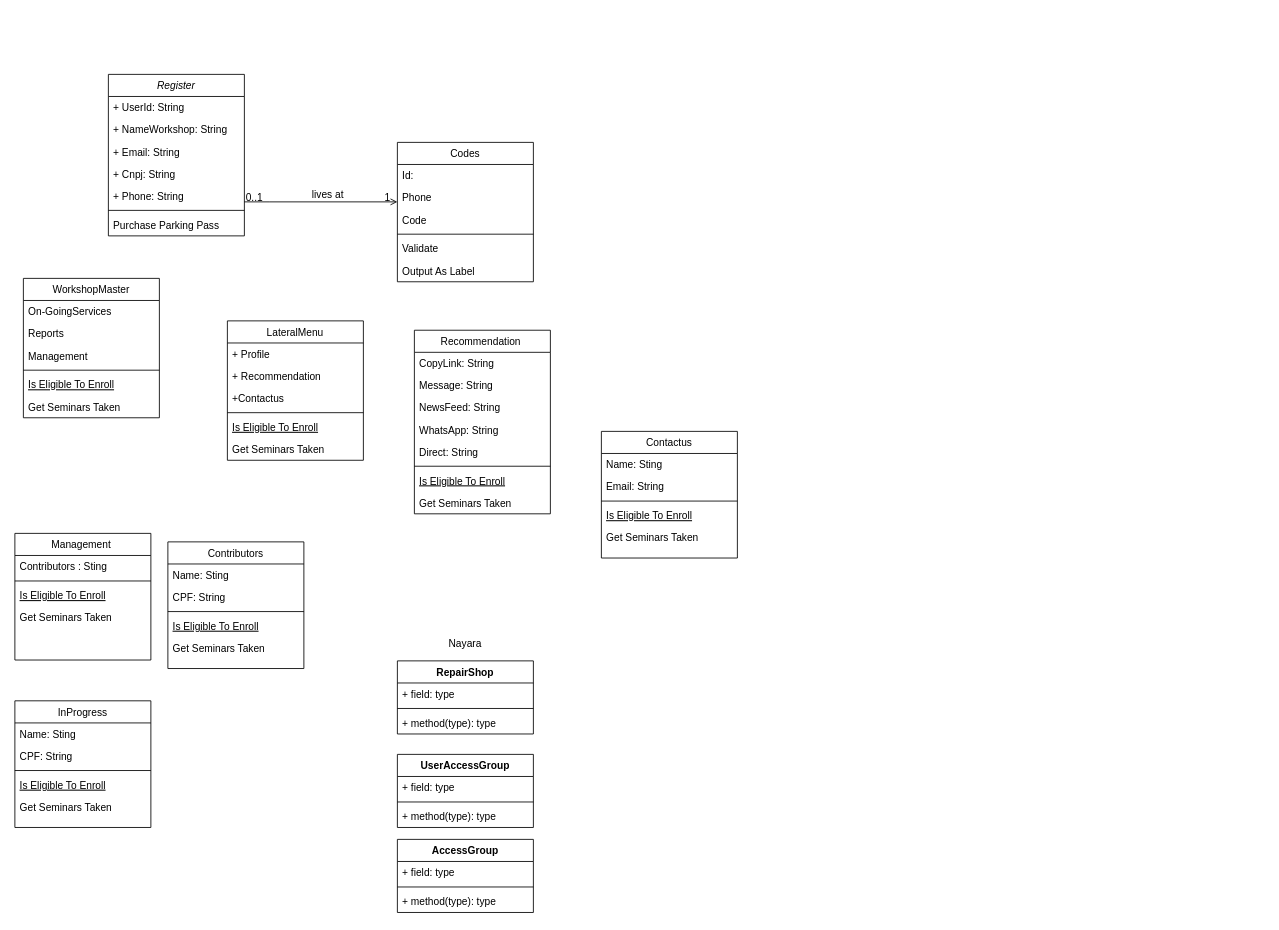
This is 1. Introducao a Programacao/1.1. Dvividindo X por Y/Untitled Diagram.drawio from NayaraPero/Desafios-Boptcamp-Javascript, a draw.io file, before an edit. Source tidied: cells renumbered, new cells numbered last; positions are measured from the earlier drawing's top-left corner, leaving out a move shared by most shapes. Both pictures are drawn from the tidied source at 85%, with x=0, y=0 at pixel (14, 74).
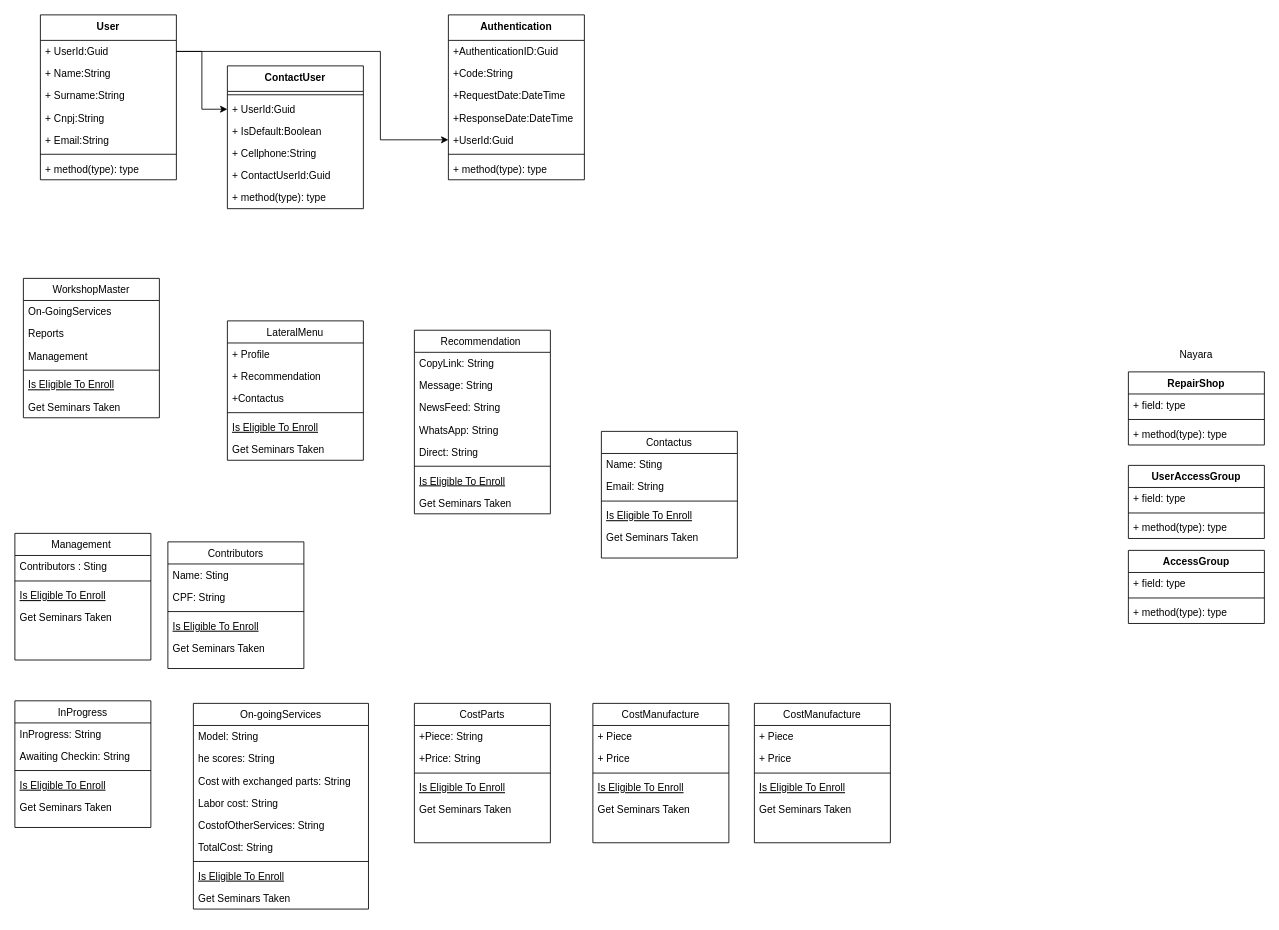
Above is the later version.

The change refers to these unchanged cells:
```xml
<mxCell id="74" value="InProgress" style="swimlane;fontStyle=0;align=center;verticalAlign=top;horizontal=1;startSize=26;rounded=0;shadow=0;strokeWidth=1;" parent="1" vertex="1">
  <mxGeometry y="737" width="160" height="149" as="geometry" />
</mxCell>
```

The edit, as a diff of the source:
```diff
@@
-    <mxCell id="2" value="Register" style="swimlane;fontStyle=2;align=center;verticalAlign=top;horizontal=1;startSize=26;rounded=0;shadow=0;strokeWidth=1;" parent="1" vertex="1">
-      <mxGeometry x="110" width="160" height="190" as="geometry" />
-    </mxCell>
-    <mxCell id="3" value="+ UserId: String" style="text;align=left;verticalAlign=top;spacingLeft=4;spacingRight=4;overflow=hidden;" parent="2" vertex="1">
-      <mxGeometry y="26" width="160" height="26" as="geometry" />
-    </mxCell>
-    <mxCell id="4" value="+ NameWorkshop: String " style="text;align=left;verticalAlign=top;spacingLeft=4;spacingRight=4;overflow=hidden;rounded=0;shadow=0;html=0;" parent="2" vertex="1">
-      <mxGeometry y="52" width="160" height="26" as="geometry" />
-    </mxCell>
-    <mxCell id="5" value="+ Email: String" style="text;align=left;verticalAlign=top;spacingLeft=4;spacingRight=4;overflow=hidden;rounded=0;shadow=0;html=0;" parent="2" vertex="1">
-      <mxGeometry y="78" width="160" height="26" as="geometry" />
-    </mxCell>
-    <mxCell id="6" value="+ Cnpj: String" style="text;align=left;verticalAlign=top;spacingLeft=4;spacingRight=4;overflow=hidden;rounded=0;shadow=0;html=0;" parent="2" vertex="1">
-      <mxGeometry y="104" width="160" height="26" as="geometry" />
-    </mxCell>
-    <mxCell id="7" value="+ Phone: String" style="text;align=left;verticalAlign=top;spacingLeft=4;spacingRight=4;overflow=hidden;rounded=0;shadow=0;html=0;" parent="2" vertex="1">
-      <mxGeometry y="130" width="160" height="26" as="geometry" />
-    </mxCell>
-    <mxCell id="8" style="line;html=1;strokeWidth=1;align=left;verticalAlign=middle;spacingTop=-1;spacingLeft=3;spacingRight=3;labelPosition=right;" parent="2" vertex="1">
-      <mxGeometry y="156" width="160" height="8" as="geometry" />
-    </mxCell>
-    <mxCell id="9" value="Purchase Parking Pass" style="text;align=left;verticalAlign=top;spacingLeft=4;spacingRight=4;overflow=hidden;" parent="2" vertex="1">
-      <mxGeometry y="164" width="160" height="26" as="geometry" />
-    </mxCell>
@@
-    <mxCell id="17" value="Codes" style="swimlane;fontStyle=0;align=center;verticalAlign=top;horizontal=1;startSize=26;rounded=0;shadow=0;strokeWidth=1;" parent="1" vertex="1">
-      <mxGeometry x="450" y="80" width="160" height="164" as="geometry" />
-    </mxCell>
-    <mxCell id="18" value="Id:" style="text;align=left;verticalAlign=top;spacingLeft=4;spacingRight=4;overflow=hidden;" parent="17" vertex="1">
-      <mxGeometry y="26" width="160" height="26" as="geometry" />
-    </mxCell>
-    <mxCell id="19" value="Phone" style="text;align=left;verticalAlign=top;spacingLeft=4;spacingRight=4;overflow=hidden;rounded=0;shadow=0;html=0;" parent="17" vertex="1">
-      <mxGeometry y="52" width="160" height="26" as="geometry" />
-    </mxCell>
-    <mxCell id="20" value="Code" style="text;align=left;verticalAlign=top;spacingLeft=4;spacingRight=4;overflow=hidden;rounded=0;shadow=0;html=0;" parent="17" vertex="1">
-      <mxGeometry y="78" width="160" height="26" as="geometry" />
-    </mxCell>
-    <mxCell id="21" style="line;html=1;strokeWidth=1;align=left;verticalAlign=middle;spacingTop=-1;spacingLeft=3;spacingRight=3;labelPosition=right;" parent="17" vertex="1">
-      <mxGeometry y="104" width="160" height="8" as="geometry" />
-    </mxCell>
-    <mxCell id="22" value="Validate" style="text;align=left;verticalAlign=top;spacingLeft=4;spacingRight=4;overflow=hidden;" parent="17" vertex="1">
-      <mxGeometry y="112" width="160" height="26" as="geometry" />
-    </mxCell>
-    <mxCell id="23" value="Output As Label" style="text;align=left;verticalAlign=top;spacingLeft=4;spacingRight=4;overflow=hidden;" parent="17" vertex="1">
-      <mxGeometry y="138" width="160" height="26" as="geometry" />
-    </mxCell>
-    <mxCell id="24" style="endArrow=open;shadow=0;strokeWidth=1;rounded=0;endFill=1;edgeStyle=elbowEdgeStyle;elbow=vertical;" parent="1" edge="1" source="2" target="17">
-      <mxGeometry x="0.5" y="41" relative="1" as="geometry">
-        <Array as="points">
-          <mxPoint x="300" y="150" />
-        </Array>
-        <mxPoint x="-40" y="32" as="offset" />
-      </mxGeometry>
-    </mxCell>
-    <mxCell id="25" value="0..1" style="align=left;verticalAlign=bottom;labelBackgroundColor=none;fontSize=12;" parent="24" vertex="1">
-      <mxGeometry x="-1" relative="1" as="geometry">
-        <mxPoint y="4" as="offset" />
-      </mxGeometry>
-    </mxCell>
-    <mxCell id="26" value="1" style="align=right;verticalAlign=bottom;labelBackgroundColor=none;fontSize=12;" parent="24" vertex="1">
-      <mxGeometry x="1" relative="1" as="geometry">
-        <mxPoint x="-7" y="4" as="offset" />
-      </mxGeometry>
-    </mxCell>
-    <mxCell id="27" value="lives at" style="text;html=1;align=center;verticalAlign=middle;labelBackgroundColor=none;rounded=0;shadow=0;strokeWidth=1;fontSize=12;" parent="24" vertex="1">
-      <mxGeometry x="0.5" y="49" relative="1" as="geometry">
-        <mxPoint x="-38" y="40" as="offset" />
-      </mxGeometry>
-    </mxCell>
@@
     <mxCell id="55" value="RepairShop" style="swimlane;fontStyle=1;align=center;verticalAlign=top;horizontal=1;startSize=26;" parent="1" vertex="1">
-      <mxGeometry x="450" y="690" width="160" height="86" as="geometry" />
+      <mxGeometry x="1310" y="350" width="160" height="86" as="geometry" />
     </mxCell>
@@
     <mxCell id="59" value="AccessGroup" style="swimlane;fontStyle=1;align=center;verticalAlign=top;horizontal=1;startSize=26;" parent="1" vertex="1">
-      <mxGeometry x="450" y="900" width="160" height="86" as="geometry" />
+      <mxGeometry x="1310" y="560" width="160" height="86" as="geometry" />
     </mxCell>
@@
     <mxCell id="63" value="UserAccessGroup" style="swimlane;fontStyle=1;align=center;verticalAlign=top;horizontal=1;startSize=26;" parent="1" vertex="1">
-      <mxGeometry x="450" y="800" width="160" height="86" as="geometry" />
+      <mxGeometry x="1310" y="460" width="160" height="86" as="geometry" />
     </mxCell>
@@
     <mxCell id="67" value="Nayara" style="text;html=1;strokeColor=none;fillColor=none;align=center;verticalAlign=middle;whiteSpace=wrap;rounded=0;" parent="1" vertex="1">
-      <mxGeometry x="460" y="660" width="140" height="20" as="geometry" />
+      <mxGeometry x="1320" y="320" width="140" height="20" as="geometry" />
     </mxCell>
@@
-    <mxCell id="75" value="Name: Sting " style="text;align=left;verticalAlign=top;spacingLeft=4;spacingRight=4;overflow=hidden;rounded=0;shadow=0;html=0;" parent="74" vertex="1">
+    <mxCell id="75" value="InProgress: String " style="text;align=left;verticalAlign=top;spacingLeft=4;spacingRight=4;overflow=hidden;rounded=0;shadow=0;html=0;" parent="74" vertex="1">
       <mxGeometry y="26" width="160" height="26" as="geometry" />
     </mxCell>
-    <mxCell id="76" value="CPF: String" style="text;align=left;verticalAlign=top;spacingLeft=4;spacingRight=4;overflow=hidden;rounded=0;shadow=0;html=0;" parent="74" vertex="1">
+    <mxCell id="76" value="Awaiting Checkin: String " style="text;align=left;verticalAlign=top;spacingLeft=4;spacingRight=4;overflow=hidden;rounded=0;shadow=0;html=0;" parent="74" vertex="1">
       <mxGeometry y="52" width="160" height="26" as="geometry" />
     </mxCell>
@@
+    <mxCell id="80" value="On-goingServices" style="swimlane;fontStyle=0;align=center;verticalAlign=top;horizontal=1;startSize=26;rounded=0;shadow=0;strokeWidth=1;" parent="1" vertex="1">
+      <mxGeometry x="210" y="740" width="206" height="242" as="geometry" />
+    </mxCell>
+    <mxCell id="81" value="Model: String " style="text;align=left;verticalAlign=top;spacingLeft=4;spacingRight=4;overflow=hidden;rounded=0;shadow=0;html=0;" parent="80" vertex="1">
+      <mxGeometry y="26" width="206" height="26" as="geometry" />
+    </mxCell>
+    <mxCell id="82" value="he scores: String " style="text;align=left;verticalAlign=top;spacingLeft=4;spacingRight=4;overflow=hidden;rounded=0;shadow=0;html=0;" parent="80" vertex="1">
+      <mxGeometry y="52" width="206" height="26" as="geometry" />
+    </mxCell>
+    <mxCell id="83" value="Cost with exchanged parts: String " style="text;align=left;verticalAlign=top;spacingLeft=4;spacingRight=4;overflow=hidden;rounded=0;shadow=0;html=0;" parent="80" vertex="1">
+      <mxGeometry y="78" width="206" height="26" as="geometry" />
+    </mxCell>
+    <mxCell id="84" value="Labor cost: String " style="text;align=left;verticalAlign=top;spacingLeft=4;spacingRight=4;overflow=hidden;rounded=0;shadow=0;html=0;" parent="80" vertex="1">
+      <mxGeometry y="104" width="206" height="26" as="geometry" />
+    </mxCell>
+    <mxCell id="85" value="CostofOtherServices: String " style="text;align=left;verticalAlign=top;spacingLeft=4;spacingRight=4;overflow=hidden;rounded=0;shadow=0;html=0;" parent="80" vertex="1">
+      <mxGeometry y="130" width="206" height="26" as="geometry" />
+    </mxCell>
+    <mxCell id="86" value="TotalCost: String " style="text;align=left;verticalAlign=top;spacingLeft=4;spacingRight=4;overflow=hidden;rounded=0;shadow=0;html=0;" parent="80" vertex="1">
+      <mxGeometry y="156" width="206" height="26" as="geometry" />
+    </mxCell>
+    <mxCell id="87" style="line;html=1;strokeWidth=1;align=left;verticalAlign=middle;spacingTop=-1;spacingLeft=3;spacingRight=3;labelPosition=right;" parent="80" vertex="1">
+      <mxGeometry y="182" width="206" height="8" as="geometry" />
+    </mxCell>
+    <mxCell id="88" value="Is Eligible To Enroll" style="text;align=left;verticalAlign=top;spacingLeft=4;spacingRight=4;overflow=hidden;fontStyle=4;" parent="80" vertex="1">
+      <mxGeometry y="190" width="206" height="26" as="geometry" />
+    </mxCell>
+    <mxCell id="89" value="Get Seminars Taken" style="text;align=left;verticalAlign=top;spacingLeft=4;spacingRight=4;overflow=hidden;" parent="80" vertex="1">
+      <mxGeometry y="216" width="206" height="26" as="geometry" />
+    </mxCell>
+    <mxCell id="90" value="CostParts" style="swimlane;fontStyle=0;align=center;verticalAlign=top;horizontal=1;startSize=26;rounded=0;shadow=0;strokeWidth=1;" parent="1" vertex="1">
+      <mxGeometry x="470" y="740" width="160" height="164" as="geometry" />
+    </mxCell>
+    <mxCell id="91" value="+Piece: String " style="text;align=left;verticalAlign=top;spacingLeft=4;spacingRight=4;overflow=hidden;rounded=0;shadow=0;html=0;" parent="90" vertex="1">
+      <mxGeometry y="26" width="160" height="26" as="geometry" />
+    </mxCell>
+    <mxCell id="92" value="+Price: String " style="text;align=left;verticalAlign=top;spacingLeft=4;spacingRight=4;overflow=hidden;rounded=0;shadow=0;html=0;" parent="90" vertex="1">
+      <mxGeometry y="52" width="160" height="26" as="geometry" />
+    </mxCell>
+    <mxCell id="93" style="line;html=1;strokeWidth=1;align=left;verticalAlign=middle;spacingTop=-1;spacingLeft=3;spacingRight=3;labelPosition=right;" parent="90" vertex="1">
+      <mxGeometry y="78" width="160" height="8" as="geometry" />
+    </mxCell>
+    <mxCell id="94" value="Is Eligible To Enroll" style="text;align=left;verticalAlign=top;spacingLeft=4;spacingRight=4;overflow=hidden;fontStyle=4;" parent="90" vertex="1">
+      <mxGeometry y="86" width="160" height="26" as="geometry" />
+    </mxCell>
+    <mxCell id="95" value="Get Seminars Taken" style="text;align=left;verticalAlign=top;spacingLeft=4;spacingRight=4;overflow=hidden;" parent="90" vertex="1">
+      <mxGeometry y="112" width="160" height="26" as="geometry" />
+    </mxCell>
+    <mxCell id="96" value="CostManufacture&#10;" style="swimlane;fontStyle=0;align=center;verticalAlign=top;horizontal=1;startSize=26;rounded=0;shadow=0;strokeWidth=1;" parent="1" vertex="1">
+      <mxGeometry x="680" y="740" width="160" height="164" as="geometry" />
+    </mxCell>
+    <mxCell id="97" value="+ Piece" style="text;align=left;verticalAlign=top;spacingLeft=4;spacingRight=4;overflow=hidden;rounded=0;shadow=0;html=0;" parent="96" vertex="1">
+      <mxGeometry y="26" width="160" height="26" as="geometry" />
+    </mxCell>
+    <mxCell id="98" value="+ Price" style="text;align=left;verticalAlign=top;spacingLeft=4;spacingRight=4;overflow=hidden;rounded=0;shadow=0;html=0;" parent="96" vertex="1">
+      <mxGeometry y="52" width="160" height="26" as="geometry" />
+    </mxCell>
+    <mxCell id="99" style="line;html=1;strokeWidth=1;align=left;verticalAlign=middle;spacingTop=-1;spacingLeft=3;spacingRight=3;labelPosition=right;" parent="96" vertex="1">
+      <mxGeometry y="78" width="160" height="8" as="geometry" />
+    </mxCell>
+    <mxCell id="100" value="Is Eligible To Enroll" style="text;align=left;verticalAlign=top;spacingLeft=4;spacingRight=4;overflow=hidden;fontStyle=4;" parent="96" vertex="1">
+      <mxGeometry y="86" width="160" height="26" as="geometry" />
+    </mxCell>
+    <mxCell id="101" value="Get Seminars Taken" style="text;align=left;verticalAlign=top;spacingLeft=4;spacingRight=4;overflow=hidden;" parent="96" vertex="1">
+      <mxGeometry y="112" width="160" height="26" as="geometry" />
+    </mxCell>
+    <mxCell id="102" value="CostManufacture&#10;" style="swimlane;fontStyle=0;align=center;verticalAlign=top;horizontal=1;startSize=26;rounded=0;shadow=0;strokeWidth=1;" parent="1" vertex="1">
+      <mxGeometry x="870" y="740" width="160" height="164" as="geometry" />
+    </mxCell>
+    <mxCell id="103" value="+ Piece" style="text;align=left;verticalAlign=top;spacingLeft=4;spacingRight=4;overflow=hidden;rounded=0;shadow=0;html=0;" parent="102" vertex="1">
+      <mxGeometry y="26" width="160" height="26" as="geometry" />
+    </mxCell>
+    <mxCell id="104" value="+ Price" style="text;align=left;verticalAlign=top;spacingLeft=4;spacingRight=4;overflow=hidden;rounded=0;shadow=0;html=0;" parent="102" vertex="1">
+      <mxGeometry y="52" width="160" height="26" as="geometry" />
+    </mxCell>
+    <mxCell id="105" style="line;html=1;strokeWidth=1;align=left;verticalAlign=middle;spacingTop=-1;spacingLeft=3;spacingRight=3;labelPosition=right;" parent="102" vertex="1">
+      <mxGeometry y="78" width="160" height="8" as="geometry" />
+    </mxCell>
+    <mxCell id="106" value="Is Eligible To Enroll" style="text;align=left;verticalAlign=top;spacingLeft=4;spacingRight=4;overflow=hidden;fontStyle=4;" parent="102" vertex="1">
+      <mxGeometry y="86" width="160" height="26" as="geometry" />
+    </mxCell>
+    <mxCell id="107" value="Get Seminars Taken" style="text;align=left;verticalAlign=top;spacingLeft=4;spacingRight=4;overflow=hidden;" parent="102" vertex="1">
+      <mxGeometry y="112" width="160" height="26" as="geometry" />
+    </mxCell>
+    <mxCell id="108" value="ContactUser" style="swimlane;fontStyle=1;align=center;verticalAlign=top;horizontal=1;startSize=30;" parent="1" vertex="1">
+      <mxGeometry x="250" y="-10" width="160" height="168" as="geometry" />
+    </mxCell>
+    <mxCell id="109" style="line;strokeWidth=1;fillColor=none;align=left;verticalAlign=middle;spacingTop=-1;spacingLeft=3;spacingRight=3;labelPosition=right;" parent="108" vertex="1">
+      <mxGeometry y="30" width="160" height="8" as="geometry" />
+    </mxCell>
+    <mxCell id="110" value="+ UserId:Guid" style="text;strokeColor=none;fillColor=none;align=left;verticalAlign=top;spacingLeft=4;spacingRight=4;overflow=hidden;points=[[0,0.5],[1,0.5]];portConstraint=eastwest;" parent="108" vertex="1">
+      <mxGeometry y="38" width="160" height="26" as="geometry" />
+    </mxCell>
+    <mxCell id="111" value="+ IsDefault:Boolean" style="text;strokeColor=none;fillColor=none;align=left;verticalAlign=top;spacingLeft=4;spacingRight=4;overflow=hidden;" parent="108" vertex="1">
+      <mxGeometry y="64" width="160" height="26" as="geometry" />
+    </mxCell>
+    <mxCell id="112" value="+ Cellphone:String" style="text;strokeColor=none;fillColor=none;align=left;verticalAlign=top;spacingLeft=4;spacingRight=4;overflow=hidden;" parent="108" vertex="1">
+      <mxGeometry y="90" width="160" height="26" as="geometry" />
+    </mxCell>
+    <mxCell id="113" value="+ ContactUserId:Guid" style="text;strokeColor=none;fillColor=none;align=left;verticalAlign=top;spacingLeft=4;spacingRight=4;overflow=hidden;" parent="108" vertex="1">
+      <mxGeometry y="116" width="160" height="26" as="geometry" />
+    </mxCell>
+    <mxCell id="114" value="+ method(type): type" style="text;strokeColor=none;fillColor=none;align=left;verticalAlign=top;spacingLeft=4;spacingRight=4;overflow=hidden;" parent="108" vertex="1">
+      <mxGeometry y="142" width="160" height="26" as="geometry" />
+    </mxCell>
+    <mxCell id="115" value="Authentication" style="swimlane;fontStyle=1;align=center;verticalAlign=top;horizontal=1;startSize=30;" parent="1" vertex="1">
+      <mxGeometry x="510" y="-70" width="160" height="194" as="geometry" />
+    </mxCell>
+    <mxCell id="116" value="+AuthenticationID:Guid&#10;" style="text;strokeColor=none;fillColor=none;align=left;verticalAlign=top;spacingLeft=4;spacingRight=4;overflow=hidden;" parent="115" vertex="1">
+      <mxGeometry y="30" width="160" height="26" as="geometry" />
+    </mxCell>
+    <mxCell id="117" value="+Code:String&#10;" style="text;strokeColor=none;fillColor=none;align=left;verticalAlign=top;spacingLeft=4;spacingRight=4;overflow=hidden;" parent="115" vertex="1">
+      <mxGeometry y="56" width="160" height="26" as="geometry" />
+    </mxCell>
+    <mxCell id="118" value="+RequestDate:DateTime" style="text;strokeColor=none;fillColor=none;align=left;verticalAlign=top;spacingLeft=4;spacingRight=4;overflow=hidden;" parent="115" vertex="1">
+      <mxGeometry y="82" width="160" height="26" as="geometry" />
+    </mxCell>
+    <mxCell id="119" value="+ResponseDate:DateTime" style="text;strokeColor=none;fillColor=none;align=left;verticalAlign=top;spacingLeft=4;spacingRight=4;overflow=hidden;" parent="115" vertex="1">
+      <mxGeometry y="108" width="160" height="26" as="geometry" />
+    </mxCell>
+    <mxCell id="120" value="+UserId:Guid" style="text;strokeColor=none;fillColor=none;align=left;verticalAlign=top;spacingLeft=4;spacingRight=4;overflow=hidden;points=[[0,0.5],[1,0.5]];portConstraint=eastwest;" parent="115" vertex="1">
+      <mxGeometry y="134" width="160" height="26" as="geometry" />
+    </mxCell>
+    <mxCell id="121" style="line;strokeWidth=1;fillColor=none;align=left;verticalAlign=middle;spacingTop=-1;spacingLeft=3;spacingRight=3;labelPosition=right;" parent="115" vertex="1">
+      <mxGeometry y="160" width="160" height="8" as="geometry" />
+    </mxCell>
+    <mxCell id="122" value="+ method(type): type" style="text;strokeColor=none;fillColor=none;align=left;verticalAlign=top;spacingLeft=4;spacingRight=4;overflow=hidden;" parent="115" vertex="1">
+      <mxGeometry y="168" width="160" height="26" as="geometry" />
+    </mxCell>
+    <mxCell id="123" value="User" style="swimlane;fontStyle=1;align=center;verticalAlign=top;horizontal=1;startSize=30;" parent="1" vertex="1">
+      <mxGeometry x="30" y="-70" width="160" height="194" as="geometry" />
+    </mxCell>
+    <mxCell id="124" value="+ UserId:Guid" style="text;strokeColor=none;fillColor=none;align=left;verticalAlign=top;spacingLeft=4;spacingRight=4;overflow=hidden;points=[[0,0.5],[1,0.5]];portConstraint=eastwest;" parent="123" vertex="1">
+      <mxGeometry y="30" width="160" height="26" as="geometry" />
+    </mxCell>
+    <mxCell id="125" value="+ Name:String" style="text;strokeColor=none;fillColor=none;align=left;verticalAlign=top;spacingLeft=4;spacingRight=4;overflow=hidden;" parent="123" vertex="1">
+      <mxGeometry y="56" width="160" height="26" as="geometry" />
+    </mxCell>
+    <mxCell id="126" value="+ Surname:String" style="text;strokeColor=none;fillColor=none;align=left;verticalAlign=top;spacingLeft=4;spacingRight=4;overflow=hidden;" parent="123" vertex="1">
+      <mxGeometry y="82" width="160" height="26" as="geometry" />
+    </mxCell>
+    <mxCell id="127" value="+ Cnpj:String" style="text;strokeColor=none;fillColor=none;align=left;verticalAlign=top;spacingLeft=4;spacingRight=4;overflow=hidden;" parent="123" vertex="1">
+      <mxGeometry y="108" width="160" height="26" as="geometry" />
+    </mxCell>
+    <mxCell id="128" value="+ Email:String" style="text;strokeColor=none;fillColor=none;align=left;verticalAlign=top;spacingLeft=4;spacingRight=4;overflow=hidden;" parent="123" vertex="1">
+      <mxGeometry y="134" width="160" height="26" as="geometry" />
+    </mxCell>
+    <mxCell id="129" style="line;strokeWidth=1;fillColor=none;align=left;verticalAlign=middle;spacingTop=-1;spacingLeft=3;spacingRight=3;labelPosition=right;" parent="123" vertex="1">
+      <mxGeometry y="160" width="160" height="8" as="geometry" />
+    </mxCell>
+    <mxCell id="130" value="+ method(type): type" style="text;strokeColor=none;fillColor=none;align=left;verticalAlign=top;spacingLeft=4;spacingRight=4;overflow=hidden;" parent="123" vertex="1">
+      <mxGeometry y="168" width="160" height="26" as="geometry" />
+    </mxCell>
+    <mxCell id="131" style="edgeStyle=orthogonalEdgeStyle;rounded=0;jettySize=auto;html=1;exitX=1;exitY=0.5;exitDx=0;exitDy=0;entryX=0;entryY=0.5;entryDx=0;entryDy=0;" parent="1" edge="1" source="124" target="110">
+      <mxGeometry relative="1" as="geometry" />
+    </mxCell>
+    <mxCell id="132" style="edgeStyle=orthogonalEdgeStyle;rounded=0;jettySize=auto;html=1;entryX=0;entryY=0.5;entryDx=0;entryDy=0;" parent="1" edge="1" source="124" target="120">
+      <mxGeometry relative="1" as="geometry">
+        <Array as="points">
+          <mxPoint x="430" y="-27" />
+          <mxPoint x="430" y="77" />
+        </Array>
+      </mxGeometry>
+    </mxCell>
```
